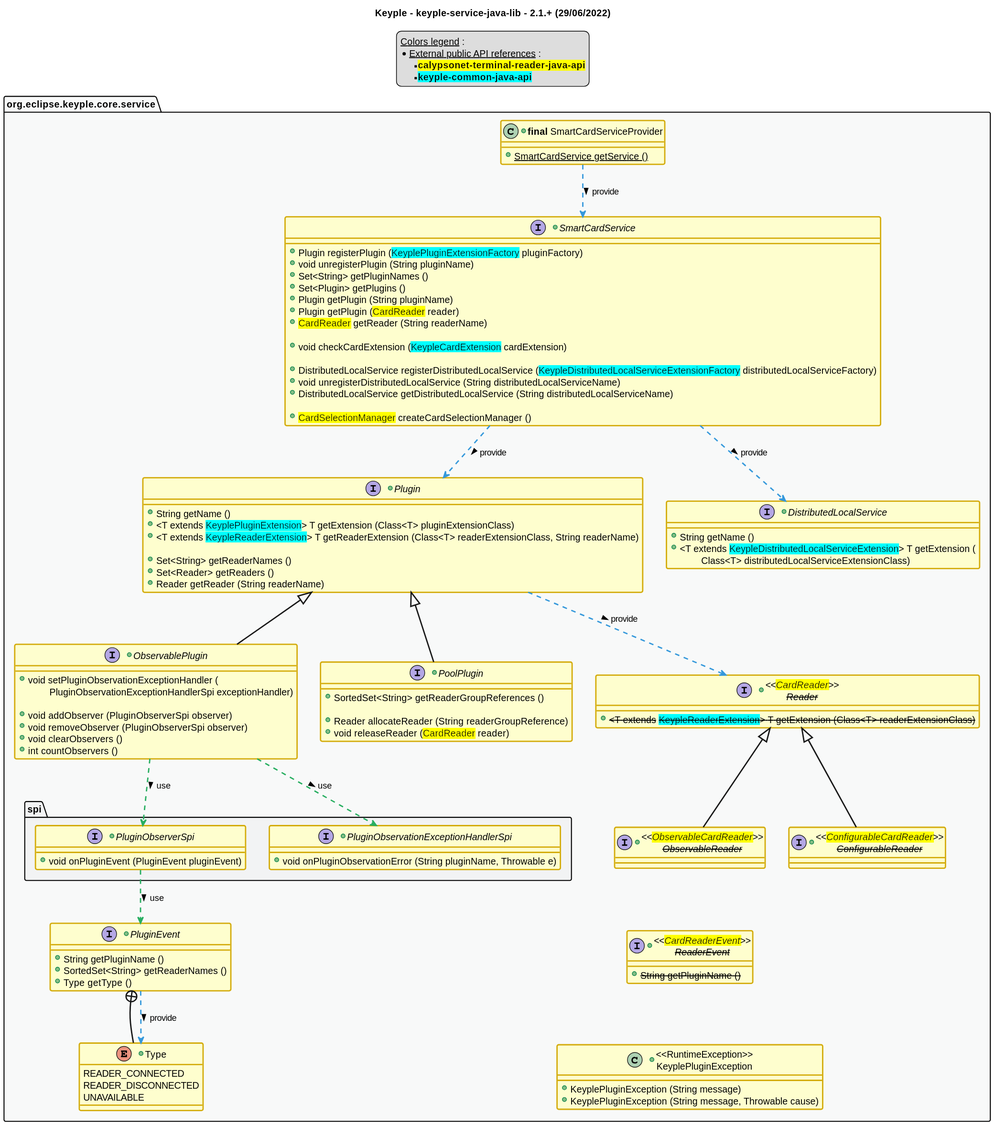
Earlier version of the PlantUML export src/main/uml/api_class_diagram.svg (eclipse-keyple/keyple-service-java-lib).
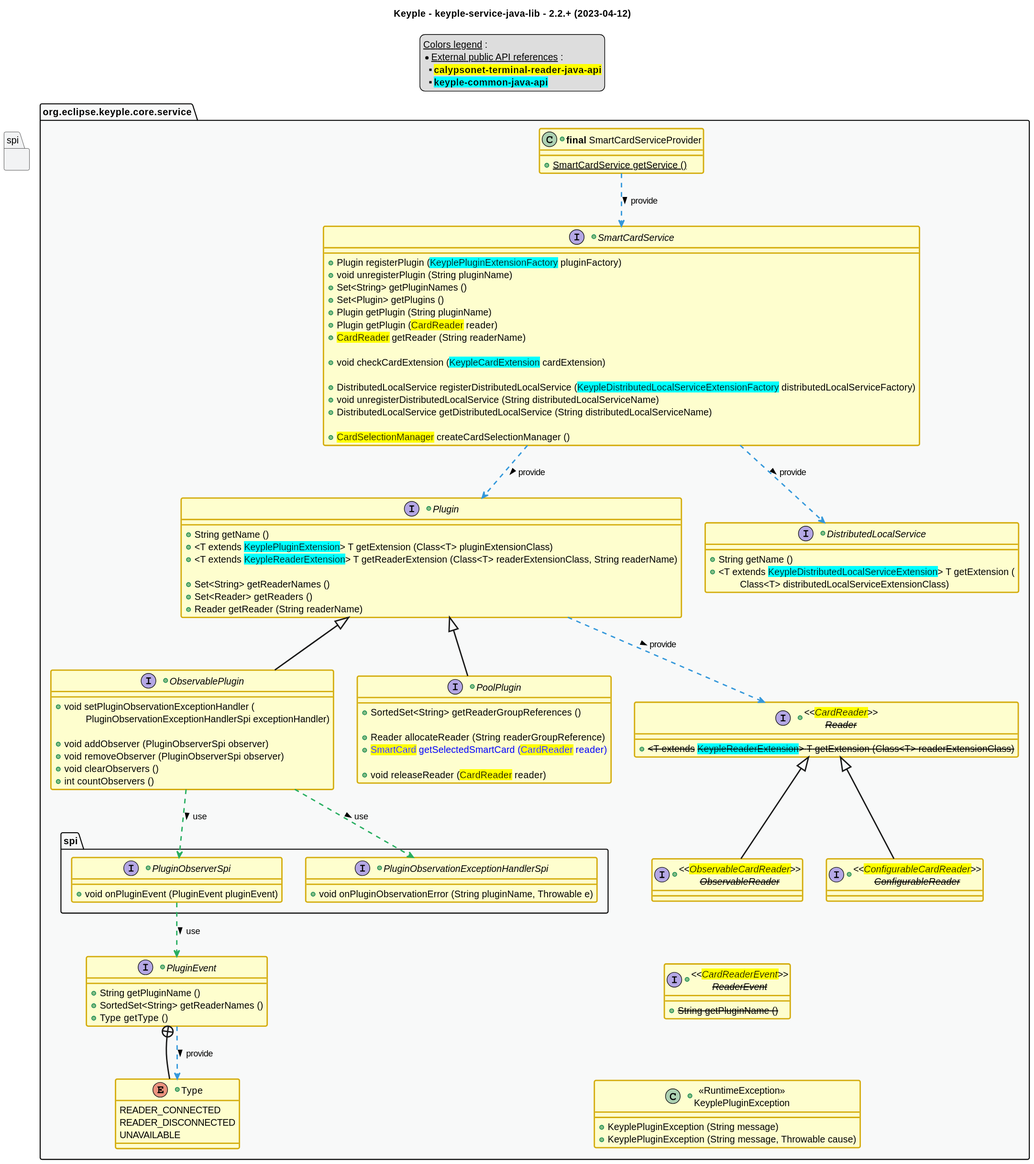
The same file after the commit.

What changed in the source:
```diff
@@ -1,6 +1,6 @@
 @startuml
 title
-    Keyple - keyple-service-java-lib - 2.1.+ (29/06/2022)
+    Keyple - keyple-service-java-lib - 2.2.+ (2023-04-12)
 end title
 
 
@@ -95,6 +95,8 @@
         +SortedSet<String> getReaderGroupReferences ()
 
         +Reader allocateReader (String readerGroupReference)
+        +<color:blue><back:yellow>SmartCard</back> getSelectedSmartCard (<back:yellow>CardReader</back> reader)
+
         +void releaseReader (<back:yellow>CardReader</back> reader)
     }
     +interface "<<<back:yellow>CardReader</back>>>\n<s>Reader</s>" as Reader {
@@ -155,5 +157,4 @@
 
 package service #C_GREY1 {}
 package spi #C_GREY2 {}
-
 @enduml
```
